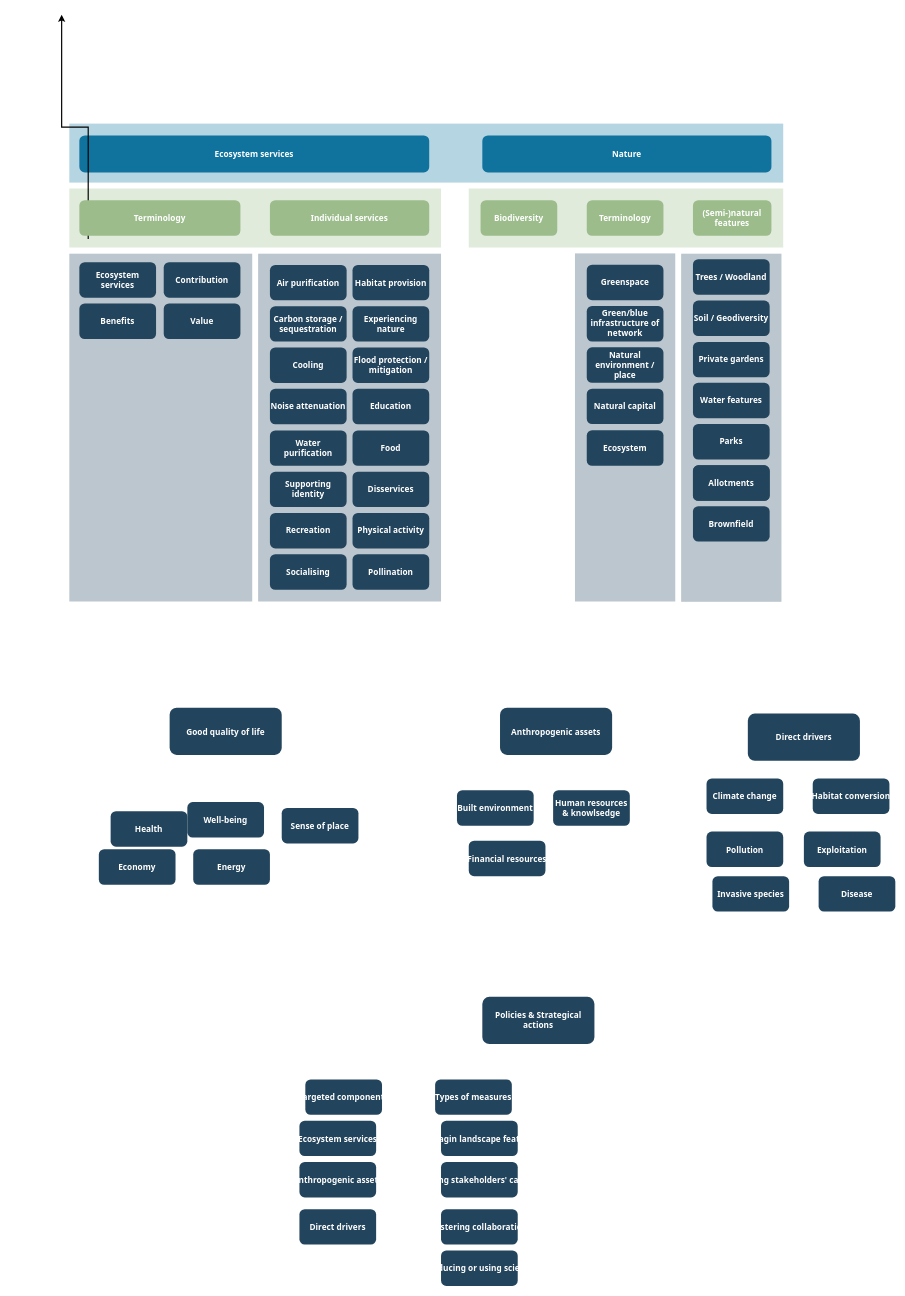
The draw.io diagram Untitled Diagram.drawio in nadasaidi/automatic-funicular, before the edit. Source tidied: cells renumbered, new cells numbered last; positions are measured from the earlier drawing's top-left corner, leaving out a move shared by most shapes. Both pictures are drawn from the tidied source at 59%, with x=0, y=0 at pixel (61, 15).
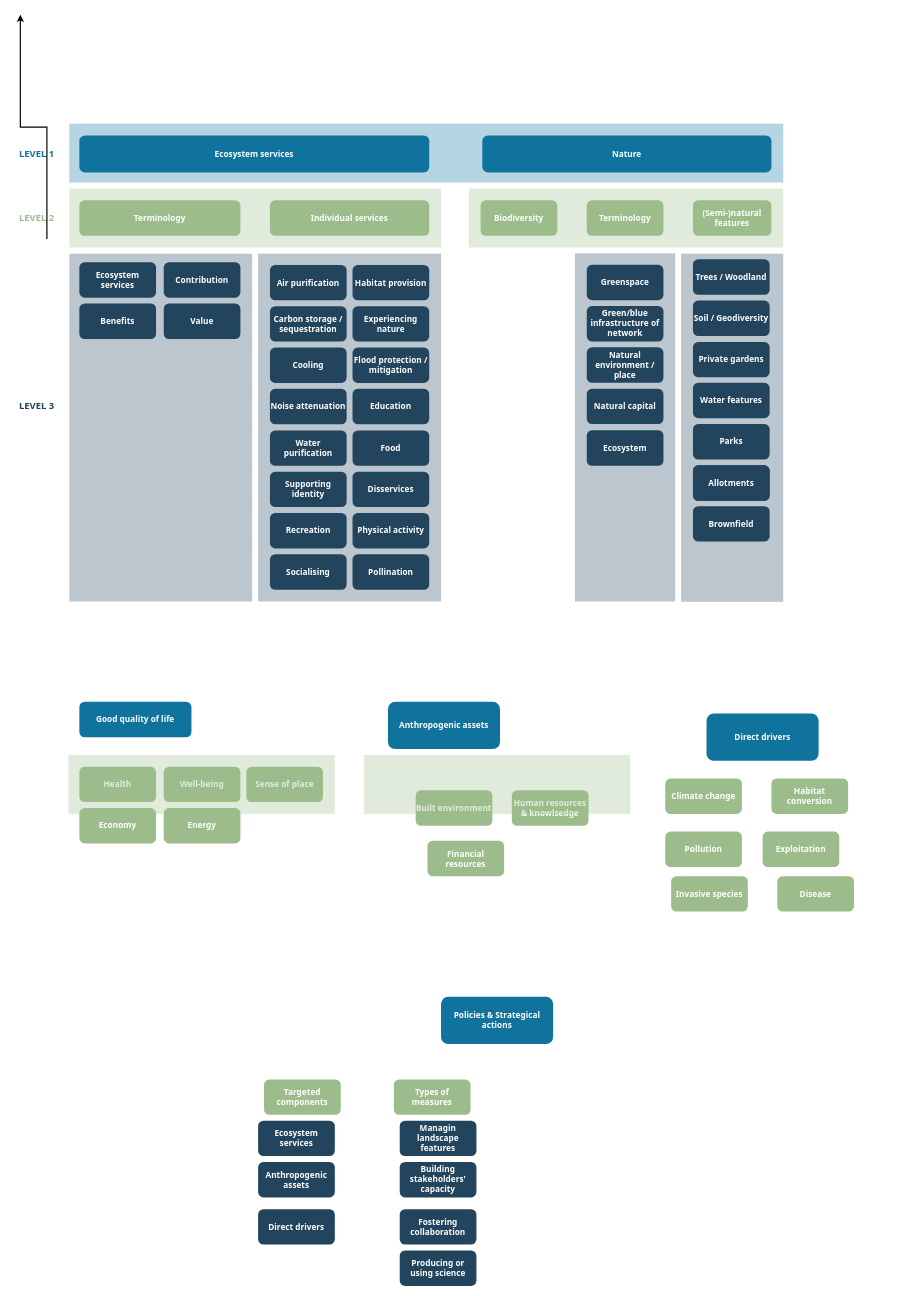
The same page after the edit.

What changed in the source:
```diff
@@
     <mxCell id="2" style="fillColor=#23445D;strokeColor=none;opacity=30;" parent="1" vertex="1">
-      <mxGeometry x="1050" y="404.5" width="170" height="590" as="geometry" />
+      <mxGeometry x="1050" y="404.5" width="173" height="590" as="geometry" />
     </mxCell>
@@
     <mxCell id="11" style="edgeStyle=elbowEdgeStyle;elbow=vertical;rounded=0;strokeWidth=2;" parent="1" edge="1">
       <mxGeometry x="-23" y="135.5" as="geometry">
-        <mxPoint x="45" y="379.5" as="sourcePoint" />
-        <mxPoint y="-0.5" as="targetPoint" />
+        <mxPoint x="-25" y="379.5" as="sourcePoint" />
+        <mxPoint x="-70" y="-0.5" as="targetPoint" />
       </mxGeometry>
     </mxCell>
@@
-    <mxCell id="48" value="Direct drivers" style="rounded=1;fillColor=#23445D;gradientColor=none;strokeColor=none;fontColor=#FFFFFF;fontStyle=1;fontFamily=Tahoma;fontSize=14;" parent="1" vertex="1">
-      <mxGeometry x="1163" y="1184" width="190" height="80" as="geometry" />
+    <mxCell id="48" value="Direct drivers" style="rounded=1;fillColor=#10739E;gradientColor=none;strokeColor=none;fontColor=#FFFFFF;fontStyle=1;fontFamily=Tahoma;fontSize=14;whiteSpace=wrap;" parent="1" vertex="1">
+      <mxGeometry x="1093" y="1184" width="190" height="80" as="geometry" />
     </mxCell>
-    <mxCell id="49" value="Good quality of life" style="rounded=1;fillColor=#23445D;gradientColor=none;strokeColor=none;fontColor=#FFFFFF;fontStyle=1;fontFamily=Tahoma;fontSize=14;" parent="1" vertex="1">
-      <mxGeometry x="183" y="1174" width="190" height="80" as="geometry" />
+    <mxCell id="49" value="Good quality of life" style="rounded=1;fillColor=#10739E;gradientColor=none;strokeColor=none;fontColor=#FFFFFF;fontStyle=1;fontFamily=Tahoma;fontSize=14;whiteSpace=wrap;" parent="1" vertex="1">
+      <mxGeometry x="30" y="1164" width="190" height="60" as="geometry" />
     </mxCell>
-    <mxCell id="50" value="Policies &amp; Strategical actions" style="rounded=1;fillColor=#23445D;gradientColor=none;strokeColor=none;fontColor=#FFFFFF;fontStyle=1;fontFamily=Tahoma;fontSize=14;whiteSpace=wrap;" parent="1" vertex="1">
-      <mxGeometry x="713" y="1664" width="190" height="80" as="geometry" />
+    <mxCell id="50" value="Policies &amp; Strategical actions" style="rounded=1;fillColor=#10739E;gradientColor=none;strokeColor=none;fontColor=#FFFFFF;fontStyle=1;fontFamily=Tahoma;fontSize=14;whiteSpace=wrap;" parent="1" vertex="1">
+      <mxGeometry x="643" y="1664" width="190" height="80" as="geometry" />
     </mxCell>
-    <mxCell id="51" value="Types of measures" style="rounded=1;fillColor=#23445D;gradientColor=none;strokeColor=none;fontColor=#FFFFFF;fontStyle=1;fontFamily=Tahoma;fontSize=14;" parent="1" vertex="1">
-      <mxGeometry x="633" y="1804" width="130" height="60" as="geometry" />
+    <mxCell id="51" value="Types of measures" style="rounded=1;fillColor=#9CBD8B;gradientColor=none;strokeColor=none;fontColor=#FFFFFF;fontStyle=1;fontFamily=Tahoma;fontSize=14;whiteSpace=wrap;" parent="1" vertex="1">
+      <mxGeometry x="563" y="1804" width="130" height="60" as="geometry" />
     </mxCell>
-    <mxCell id="52" value="Well-being" style="rounded=1;fillColor=#23445D;gradientColor=none;strokeColor=none;fontColor=#FFFFFF;fontStyle=1;fontFamily=Tahoma;fontSize=14;" parent="1" vertex="1">
-      <mxGeometry x="213" y="1334" width="130" height="60" as="geometry" />
+    <mxCell id="52" value="Well-being" style="rounded=1;fillColor=#9CBD8B;gradientColor=none;strokeColor=none;fontColor=#FFFFFF;fontStyle=1;fontFamily=Tahoma;fontSize=14;whiteSpace=wrap;" parent="1" vertex="1">
+      <mxGeometry x="173" y="1274" width="130" height="60" as="geometry" />
     </mxCell>
-    <mxCell id="53" value="Built environment" style="rounded=1;fillColor=#23445D;gradientColor=none;strokeColor=none;fontColor=#FFFFFF;fontStyle=1;fontFamily=Tahoma;fontSize=14;" parent="1" vertex="1">
-      <mxGeometry x="670" y="1314" width="130" height="60" as="geometry" />
+    <mxCell id="53" value="Built environment" style="rounded=1;fillColor=#9CBD8B;gradientColor=none;strokeColor=none;fontColor=#FFFFFF;fontStyle=1;fontFamily=Tahoma;fontSize=14;whiteSpace=wrap;" parent="1" vertex="1">
+      <mxGeometry x="600" y="1314" width="130" height="60" as="geometry" />
     </mxCell>
-    <mxCell id="54" value="Economy" style="rounded=1;fillColor=#23445D;gradientColor=none;strokeColor=none;fontColor=#FFFFFF;fontStyle=1;fontFamily=Tahoma;fontSize=14;" parent="1" vertex="1">
-      <mxGeometry x="63" y="1414" width="130" height="60" as="geometry" />
+    <mxCell id="54" value="Economy" style="rounded=1;fillColor=#9CBD8B;gradientColor=none;strokeColor=none;fontColor=#FFFFFF;fontStyle=1;fontFamily=Tahoma;fontSize=14;whiteSpace=wrap;" parent="1" vertex="1">
+      <mxGeometry x="30" y="1344" width="130" height="60" as="geometry" />
     </mxCell>
-    <mxCell id="55" value="Energy" style="rounded=1;fillColor=#23445D;gradientColor=none;strokeColor=none;fontColor=#FFFFFF;fontStyle=1;fontFamily=Tahoma;fontSize=14;" parent="1" vertex="1">
-      <mxGeometry x="223" y="1414" width="130" height="60" as="geometry" />
+    <mxCell id="55" value="Energy" style="rounded=1;fillColor=#9CBD8B;gradientColor=none;strokeColor=none;fontColor=#FFFFFF;fontStyle=1;fontFamily=Tahoma;fontSize=14;whiteSpace=wrap;" parent="1" vertex="1">
+      <mxGeometry x="173" y="1344" width="130" height="60" as="geometry" />
     </mxCell>
-    <mxCell id="56" value="Habitat conversion" style="rounded=1;fillColor=#23445D;gradientColor=none;strokeColor=none;fontColor=#FFFFFF;fontStyle=1;fontFamily=Tahoma;fontSize=14;" parent="1" vertex="1">
-      <mxGeometry x="1273" y="1294" width="130" height="60" as="geometry" />
+    <mxCell id="56" value="Habitat conversion" style="rounded=1;fillColor=#9CBD8B;gradientColor=none;strokeColor=none;fontColor=#FFFFFF;fontStyle=1;fontFamily=Tahoma;fontSize=14;whiteSpace=wrap;" parent="1" vertex="1">
+      <mxGeometry x="1203" y="1294" width="130" height="60" as="geometry" />
     </mxCell>
-    <mxCell id="57" value="Anthropogenic assets" style="rounded=1;fillColor=#23445D;gradientColor=none;strokeColor=none;fontColor=#FFFFFF;fontStyle=1;fontFamily=Tahoma;fontSize=14;" parent="1" vertex="1">
-      <mxGeometry x="743" y="1174" width="190" height="80" as="geometry" />
+    <mxCell id="57" value="Anthropogenic assets" style="rounded=1;fillColor=#10739E;gradientColor=none;strokeColor=none;fontColor=#FFFFFF;fontStyle=1;fontFamily=Tahoma;fontSize=14;whiteSpace=wrap;" parent="1" vertex="1">
+      <mxGeometry x="553" y="1164" width="190" height="80" as="geometry" />
     </mxCell>
-    <mxCell id="58" value="Sense of place" style="rounded=1;fillColor=#23445D;gradientColor=none;strokeColor=none;fontColor=#FFFFFF;fontStyle=1;fontFamily=Tahoma;fontSize=14;" parent="1" vertex="1">
-      <mxGeometry x="373" y="1344" width="130" height="60" as="geometry" />
+    <mxCell id="58" value="Sense of place" style="rounded=1;fillColor=#9CBD8B;gradientColor=none;strokeColor=none;fontColor=#FFFFFF;fontStyle=1;fontFamily=Tahoma;fontSize=14;whiteSpace=wrap;" parent="1" vertex="1">
+      <mxGeometry x="313" y="1274" width="130" height="60" as="geometry" />
     </mxCell>
-    <mxCell id="59" value="Human resources &amp; knowlsedge" style="rounded=1;fillColor=#23445D;gradientColor=none;strokeColor=none;fontColor=#FFFFFF;fontStyle=1;fontFamily=Tahoma;fontSize=14;whiteSpace=wrap;" parent="1" vertex="1">
-      <mxGeometry x="833" y="1314" width="130" height="60" as="geometry" />
+    <mxCell id="59" value="Human resources &amp; knowlsedge" style="rounded=1;fillColor=#9CBD8B;gradientColor=none;strokeColor=none;fontColor=#FFFFFF;fontStyle=1;fontFamily=Tahoma;fontSize=14;whiteSpace=wrap;" parent="1" vertex="1">
+      <mxGeometry x="763" y="1314" width="130" height="60" as="geometry" />
     </mxCell>
-    <mxCell id="60" value="Financial resources" style="rounded=1;fillColor=#23445D;gradientColor=none;strokeColor=none;fontColor=#FFFFFF;fontStyle=1;fontFamily=Tahoma;fontSize=14;" parent="1" vertex="1">
-      <mxGeometry x="690" y="1399.5" width="130" height="60" as="geometry" />
+    <mxCell id="60" value="Financial resources" style="rounded=1;fillColor=#9CBD8B;gradientColor=none;strokeColor=none;fontColor=#FFFFFF;fontStyle=1;fontFamily=Tahoma;fontSize=14;whiteSpace=wrap;" parent="1" vertex="1">
+      <mxGeometry x="620" y="1399.5" width="130" height="60" as="geometry" />
     </mxCell>
-    <mxCell id="61" value="Climate change" style="rounded=1;fillColor=#23445D;gradientColor=none;strokeColor=none;fontColor=#FFFFFF;fontStyle=1;fontFamily=Tahoma;fontSize=14;" parent="1" vertex="1">
-      <mxGeometry x="1093" y="1294" width="130" height="60" as="geometry" />
+    <mxCell id="61" value="Climate change" style="rounded=1;fillColor=#9CBD8B;gradientColor=none;strokeColor=none;fontColor=#FFFFFF;fontStyle=1;fontFamily=Tahoma;fontSize=14;whiteSpace=wrap;" parent="1" vertex="1">
+      <mxGeometry x="1023" y="1294" width="130" height="60" as="geometry" />
     </mxCell>
-    <mxCell id="62" value="Pollution" style="rounded=1;fillColor=#23445D;gradientColor=none;strokeColor=none;fontColor=#FFFFFF;fontStyle=1;fontFamily=Tahoma;fontSize=14;" parent="1" vertex="1">
-      <mxGeometry x="1093" y="1384" width="130" height="60" as="geometry" />
+    <mxCell id="62" value="Pollution" style="rounded=1;fillColor=#9CBD8B;gradientColor=none;strokeColor=none;fontColor=#FFFFFF;fontStyle=1;fontFamily=Tahoma;fontSize=14;whiteSpace=wrap;" parent="1" vertex="1">
+      <mxGeometry x="1023" y="1384" width="130" height="60" as="geometry" />
     </mxCell>
-    <mxCell id="63" value="Exploitation" style="rounded=1;fillColor=#23445D;gradientColor=none;strokeColor=none;fontColor=#FFFFFF;fontStyle=1;fontFamily=Tahoma;fontSize=14;" parent="1" vertex="1">
-      <mxGeometry x="1258" y="1384" width="130" height="60" as="geometry" />
+    <mxCell id="63" value="Exploitation" style="rounded=1;fillColor=#9CBD8B;gradientColor=none;strokeColor=none;fontColor=#FFFFFF;fontStyle=1;fontFamily=Tahoma;fontSize=14;whiteSpace=wrap;" parent="1" vertex="1">
+      <mxGeometry x="1188" y="1384" width="130" height="60" as="geometry" />
     </mxCell>
-    <mxCell id="64" value="Invasive species" style="rounded=1;fillColor=#23445D;gradientColor=none;strokeColor=none;fontColor=#FFFFFF;fontStyle=1;fontFamily=Tahoma;fontSize=14;" parent="1" vertex="1">
-      <mxGeometry x="1103" y="1459.5" width="130" height="60" as="geometry" />
+    <mxCell id="64" value="Invasive species" style="rounded=1;fillColor=#9CBD8B;gradientColor=none;strokeColor=none;fontColor=#FFFFFF;fontStyle=1;fontFamily=Tahoma;fontSize=14;whiteSpace=wrap;" parent="1" vertex="1">
+      <mxGeometry x="1033" y="1459.5" width="130" height="60" as="geometry" />
     </mxCell>
-    <mxCell id="65" value="Disease" style="rounded=1;fillColor=#23445D;gradientColor=none;strokeColor=none;fontColor=#FFFFFF;fontStyle=1;fontFamily=Tahoma;fontSize=14;" parent="1" vertex="1">
-      <mxGeometry x="1283" y="1459.5" width="130" height="60" as="geometry" />
+    <mxCell id="65" value="Disease" style="rounded=1;fillColor=#9CBD8B;gradientColor=none;strokeColor=none;fontColor=#FFFFFF;fontStyle=1;fontFamily=Tahoma;fontSize=14;whiteSpace=wrap;" parent="1" vertex="1">
+      <mxGeometry x="1213" y="1459.5" width="130" height="60" as="geometry" />
     </mxCell>
-    <mxCell id="66" value="Health" style="rounded=1;fillColor=#23445D;gradientColor=none;strokeColor=none;fontColor=#FFFFFF;fontStyle=1;fontFamily=Tahoma;fontSize=14;" parent="1" vertex="1">
-      <mxGeometry x="83" y="1349.5" width="130" height="60" as="geometry" />
+    <mxCell id="66" value="Health" style="rounded=1;fillColor=#9CBD8B;gradientColor=none;strokeColor=none;fontColor=#FFFFFF;fontStyle=1;fontFamily=Tahoma;fontSize=14;whiteSpace=wrap;" parent="1" vertex="1">
+      <mxGeometry x="30" y="1274" width="130" height="60" as="geometry" />
     </mxCell>
-    <mxCell id="67" value="Targeted components" style="rounded=1;fillColor=#23445D;gradientColor=none;strokeColor=none;fontColor=#FFFFFF;fontStyle=1;fontFamily=Tahoma;fontSize=14;" parent="1" vertex="1">
-      <mxGeometry x="413" y="1804" width="130" height="60" as="geometry" />
+    <mxCell id="67" value="Targeted components" style="rounded=1;fillColor=#9CBD8B;gradientColor=none;strokeColor=none;fontColor=#FFFFFF;fontStyle=1;fontFamily=Tahoma;fontSize=14;whiteSpace=wrap;" parent="1" vertex="1">
+      <mxGeometry x="343" y="1804" width="130" height="60" as="geometry" />
     </mxCell>
-    <mxCell id="68" value="Ecosystem services" style="rounded=1;fillColor=#23445D;gradientColor=none;strokeColor=none;fontColor=#FFFFFF;fontStyle=1;fontFamily=Tahoma;fontSize=14;" parent="1" vertex="1">
-      <mxGeometry x="403" y="1874" width="130" height="60" as="geometry" />
+    <mxCell id="68" value="Ecosystem services" style="rounded=1;fillColor=#23445D;gradientColor=none;strokeColor=none;fontColor=#FFFFFF;fontStyle=1;fontFamily=Tahoma;fontSize=14;whiteSpace=wrap;" parent="1" vertex="1">
+      <mxGeometry x="333" y="1874" width="130" height="60" as="geometry" />
     </mxCell>
-    <mxCell id="69" value="Anthropogenic assets" style="rounded=1;fillColor=#23445D;gradientColor=none;strokeColor=none;fontColor=#FFFFFF;fontStyle=1;fontFamily=Tahoma;fontSize=14;" parent="1" vertex="1">
-      <mxGeometry x="403" y="1944" width="130" height="60" as="geometry" />
+    <mxCell id="69" value="Anthropogenic assets" style="rounded=1;fillColor=#23445D;gradientColor=none;strokeColor=none;fontColor=#FFFFFF;fontStyle=1;fontFamily=Tahoma;fontSize=14;whiteSpace=wrap;" parent="1" vertex="1">
+      <mxGeometry x="333" y="1944" width="130" height="60" as="geometry" />
     </mxCell>
-    <mxCell id="70" value="Direct drivers" style="rounded=1;fillColor=#23445D;gradientColor=none;strokeColor=none;fontColor=#FFFFFF;fontStyle=1;fontFamily=Tahoma;fontSize=14;" parent="1" vertex="1">
-      <mxGeometry x="403" y="2024" width="130" height="60" as="geometry" />
+    <mxCell id="70" value="Direct drivers" style="rounded=1;fillColor=#23445D;gradientColor=none;strokeColor=none;fontColor=#FFFFFF;fontStyle=1;fontFamily=Tahoma;fontSize=14;whiteSpace=wrap;" parent="1" vertex="1">
+      <mxGeometry x="333" y="2024" width="130" height="60" as="geometry" />
     </mxCell>
-    <mxCell id="71" value="Managin landscape features" style="rounded=1;fillColor=#23445D;gradientColor=none;strokeColor=none;fontColor=#FFFFFF;fontStyle=1;fontFamily=Tahoma;fontSize=14;" parent="1" vertex="1">
-      <mxGeometry x="643" y="1874" width="130" height="60" as="geometry" />
+    <mxCell id="71" value="Managin landscape features" style="rounded=1;fillColor=#23445D;gradientColor=none;strokeColor=none;fontColor=#FFFFFF;fontStyle=1;fontFamily=Tahoma;fontSize=14;whiteSpace=wrap;" parent="1" vertex="1">
+      <mxGeometry x="573" y="1874" width="130" height="60" as="geometry" />
     </mxCell>
-    <mxCell id="72" value="Building stakeholders' capacity" style="rounded=1;fillColor=#23445D;gradientColor=none;strokeColor=none;fontColor=#FFFFFF;fontStyle=1;fontFamily=Tahoma;fontSize=14;" parent="1" vertex="1">
-      <mxGeometry x="643" y="1944" width="130" height="60" as="geometry" />
+    <mxCell id="72" value="Building stakeholders' capacity" style="rounded=1;fillColor=#23445D;gradientColor=none;strokeColor=none;fontColor=#FFFFFF;fontStyle=1;fontFamily=Tahoma;fontSize=14;whiteSpace=wrap;" parent="1" vertex="1">
+      <mxGeometry x="573" y="1944" width="130" height="60" as="geometry" />
     </mxCell>
-    <mxCell id="73" value="Fostering collaboration" style="rounded=1;fillColor=#23445D;gradientColor=none;strokeColor=none;fontColor=#FFFFFF;fontStyle=1;fontFamily=Tahoma;fontSize=14;" parent="1" vertex="1">
-      <mxGeometry x="643" y="2024" width="130" height="60" as="geometry" />
+    <mxCell id="73" value="Fostering collaboration" style="rounded=1;fillColor=#23445D;gradientColor=none;strokeColor=none;fontColor=#FFFFFF;fontStyle=1;fontFamily=Tahoma;fontSize=14;whiteSpace=wrap;" parent="1" vertex="1">
+      <mxGeometry x="573" y="2024" width="130" height="60" as="geometry" />
     </mxCell>
-    <mxCell id="74" value="Producing or using science" style="rounded=1;fillColor=#23445D;gradientColor=none;strokeColor=none;fontColor=#FFFFFF;fontStyle=1;fontFamily=Tahoma;fontSize=14;" parent="1" vertex="1">
-      <mxGeometry x="643" y="2094" width="130" height="60" as="geometry" />
+    <mxCell id="74" value="Producing or using science" style="rounded=1;fillColor=#23445D;gradientColor=none;strokeColor=none;fontColor=#FFFFFF;fontStyle=1;fontFamily=Tahoma;fontSize=14;whiteSpace=wrap;" parent="1" vertex="1">
+      <mxGeometry x="573" y="2094" width="130" height="60" as="geometry" />
     </mxCell>
@@
+    <mxCell id="77" value="LEVEL 1" style="text;html=1;strokeColor=none;fillColor=none;align=center;verticalAlign=middle;whiteSpace=wrap;rounded=0;fontFamily=Tahoma;fontSize=16;fontStyle=1;fontColor=#10739E;" parent="1" vertex="1">
+      <mxGeometry x="-87" y="225.4" width="90" height="20" as="geometry" />
+    </mxCell>
+    <mxCell id="78" value="LEVEL 2" style="text;html=1;strokeColor=none;fillColor=none;align=center;verticalAlign=middle;whiteSpace=wrap;rounded=0;fontFamily=Tahoma;fontSize=16;fontStyle=1;fontColor=#9CBD8B;" parent="1" vertex="1">
+      <mxGeometry x="-87" y="334" width="90" height="20" as="geometry" />
+    </mxCell>
+    <mxCell id="79" value="LEVEL 3" style="text;html=1;strokeColor=none;fillColor=none;align=center;verticalAlign=middle;whiteSpace=wrap;rounded=0;fontFamily=Tahoma;fontSize=16;fontStyle=1;fontColor=#23445D;" parent="1" vertex="1">
+      <mxGeometry x="-87" y="653.2" width="90" height="20" as="geometry" />
+    </mxCell>
+    <mxCell id="80" style="fillColor=#9CBD8B;strokeColor=none;opacity=30;" parent="1" vertex="1">
+      <mxGeometry x="11.5" y="1254" width="451.5" height="100" as="geometry" />
+    </mxCell>
+    <mxCell id="81" style="fillColor=#9CBD8B;strokeColor=none;opacity=30;" parent="1" vertex="1">
+      <mxGeometry x="512.2" y="1254" width="451.5" height="100" as="geometry" />
+    </mxCell>
```
